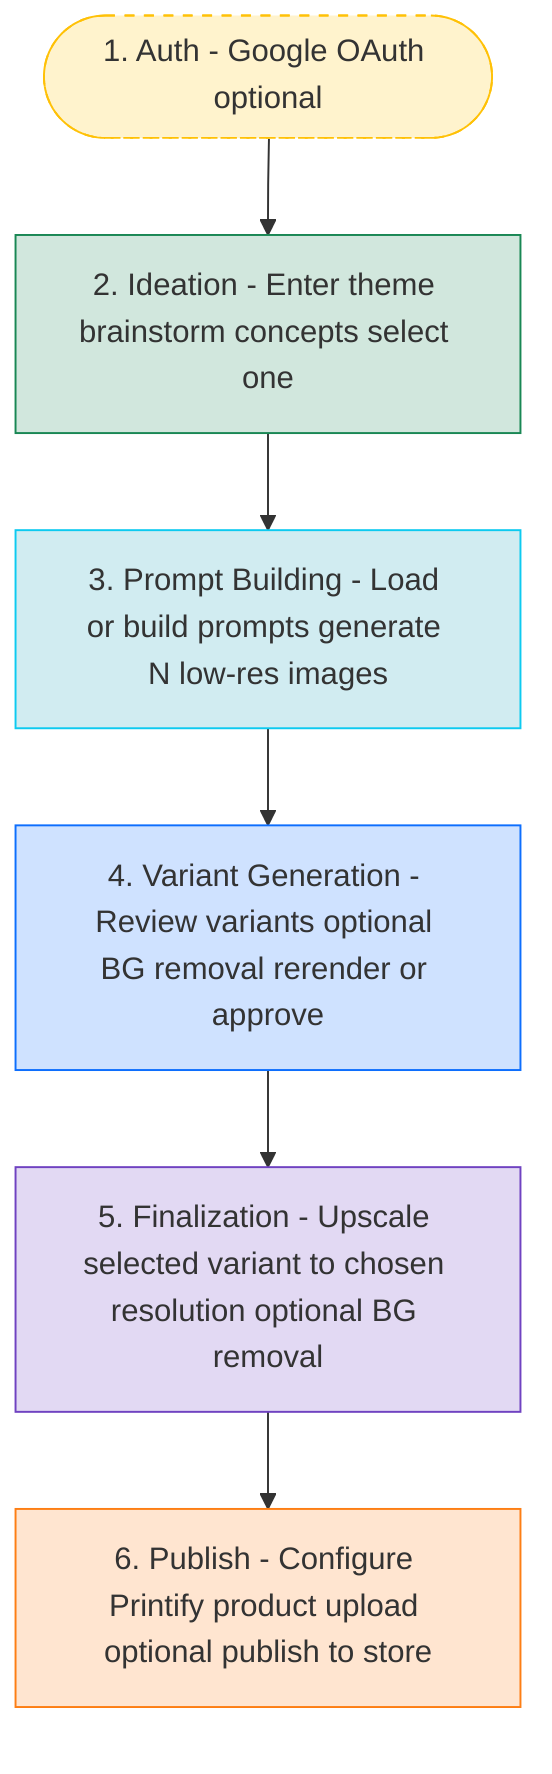
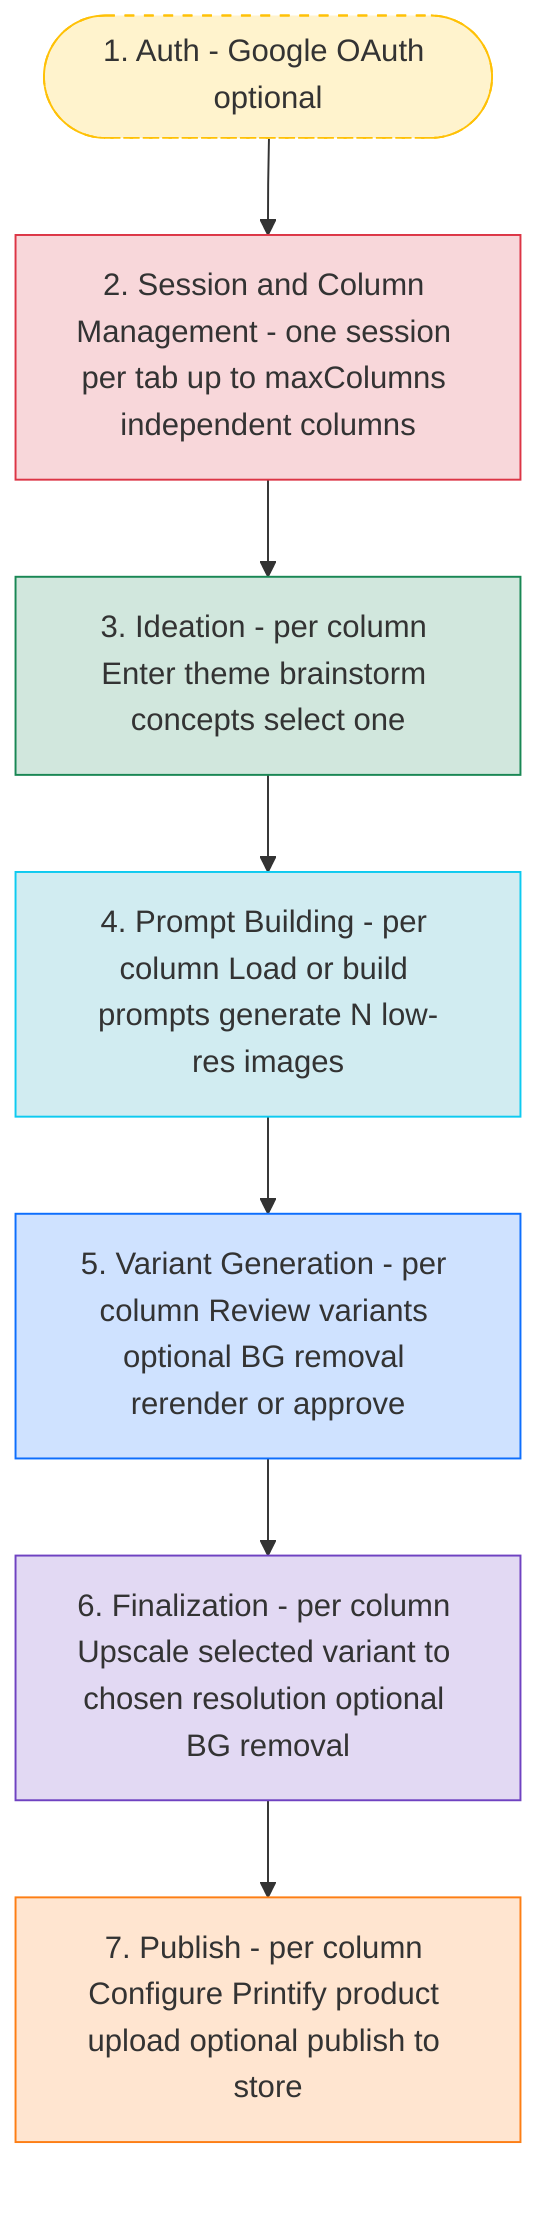
graph TD
    Auth([1. Auth - Google OAuth optional])
-     Ideation[2. Ideation - Enter theme brainstorm concepts select one]
-     PromptBuild[3. Prompt Building - Load or build prompts generate N low-res images]
-     Variants[4. Variant Generation - Review variants optional BG removal rerender or approve]
-     Finalize[5. Finalization - Upscale selected variant to chosen resolution optional BG removal]
-     Publish[6. Publish - Configure Printify product upload optional publish to store]
+     ColMgmt[2. Session and Column Management - one session per tab up to maxColumns independent columns]
+     Ideation[3. Ideation - per column Enter theme brainstorm concepts select one]
+     PromptBuild[4. Prompt Building - per column Load or build prompts generate N low-res images]
+     Variants[5. Variant Generation - per column Review variants optional BG removal rerender or approve]
+     Finalize[6. Finalization - per column Upscale selected variant to chosen resolution optional BG removal]
+     Publish[7. Publish - per column Configure Printify product upload optional publish to store]

-     Auth --> Ideation
+     Auth --> ColMgmt
+     ColMgmt --> Ideation
    Ideation --> PromptBuild
    PromptBuild --> Variants
    Variants --> Finalize
    Finalize --> Publish

    style Auth fill:#fff3cd,stroke:#ffc107,stroke-dasharray: 5 5
+     style ColMgmt fill:#f8d7da,stroke:#dc3545
    style Ideation fill:#d1e7dd,stroke:#198754
    style PromptBuild fill:#d1ecf1,stroke:#0dcaf0
    style Variants fill:#cfe2ff,stroke:#0d6efd
    style Finalize fill:#e2d9f3,stroke:#6f42c1
    style Publish fill:#ffe5d0,stroke:#fd7e14
